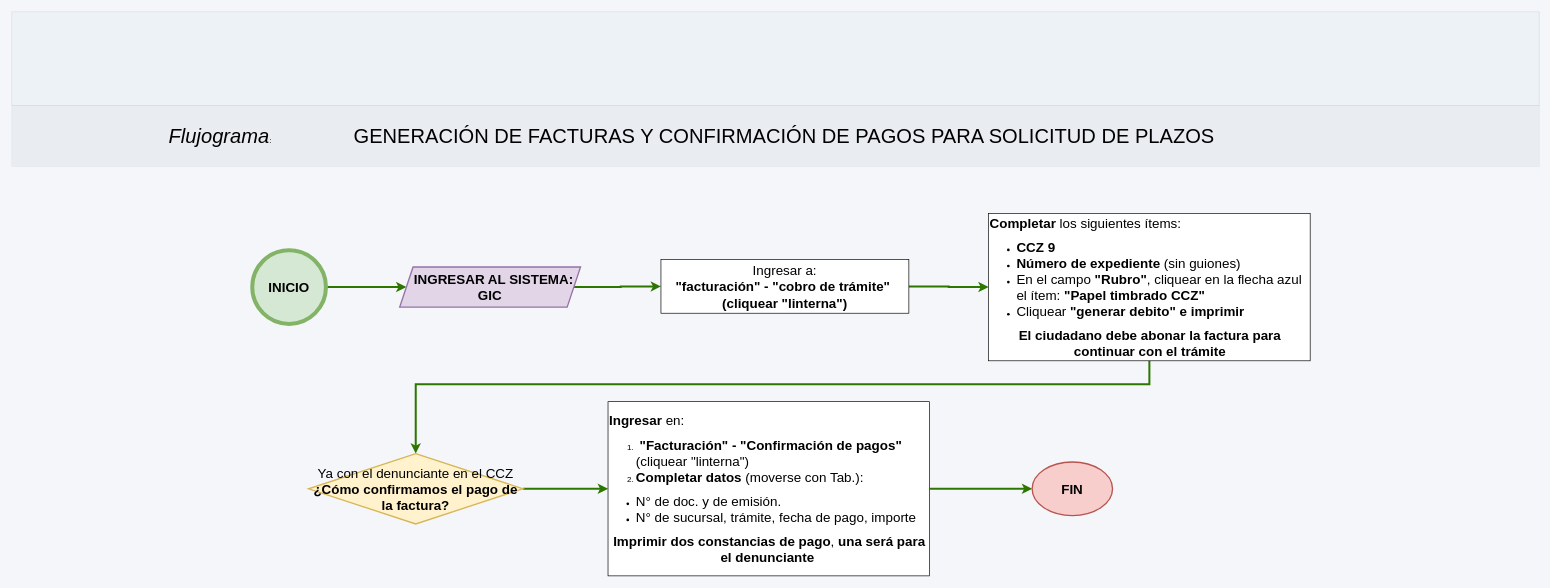
The draw.io diagram Facturas_por_plazo/Factura por plazos.drawio in adlc20/Manual_de_procedimientos_ccz9, before the edit. Source tidied: cells renumbered, new cells numbered last; positions are measured from the earlier drawing's top-left corner, leaving out a move shared by most shapes. Both pictures are drawn from the tidied source at 67%, with x=0, y=0 at pixel (11, 11).
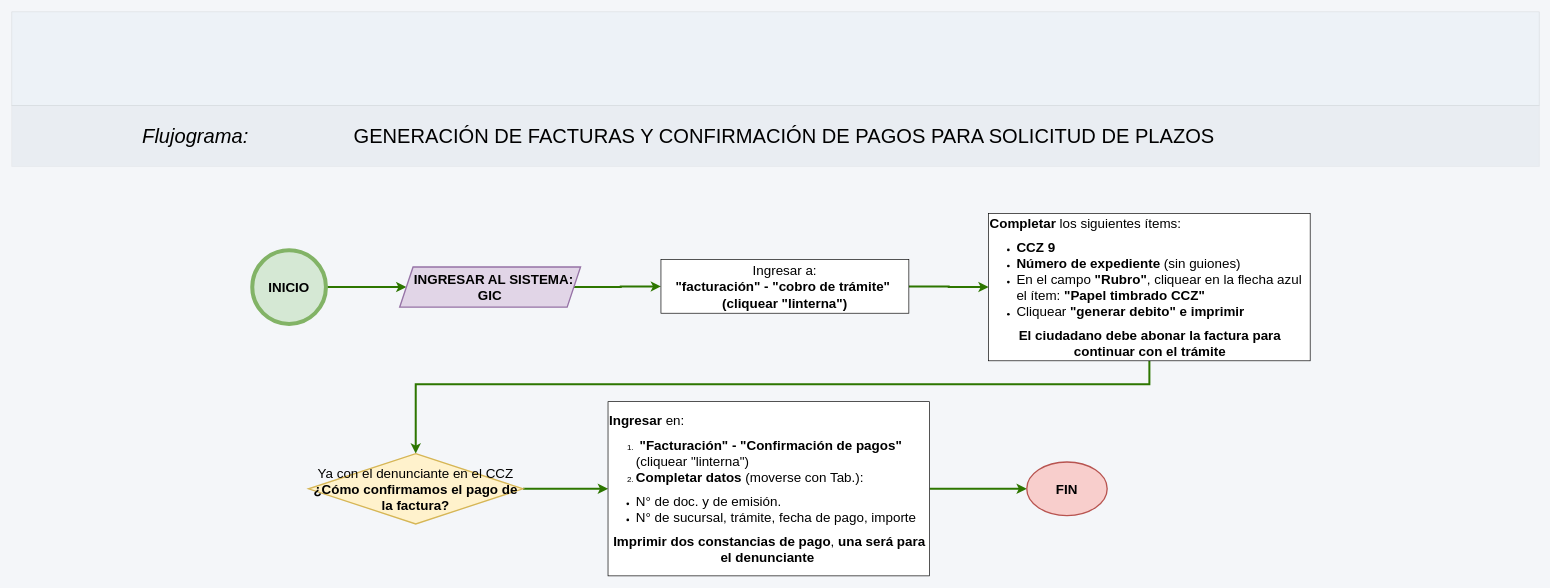
The same page after the edit.

Diff of the diagram source:
```diff
@@
-    <mxCell id="4" value="&lt;font style=&quot;font-size: 30px;&quot;&gt;&lt;i&gt;Flujograma&lt;/i&gt;&lt;/font&gt;:&amp;nbsp;" style="text;html=1;whiteSpace=wrap;strokeColor=none;fillColor=none;align=center;verticalAlign=middle;rounded=0;" parent="1" vertex="1">
-      <mxGeometry x="183" y="170.5" width="260" height="30" as="geometry" />
+    <mxCell id="4" value="&lt;font style=&quot;font-size: 30px;&quot;&gt;&lt;i&gt;Flujograma:&lt;/i&gt;&lt;/font&gt;&amp;nbsp;" style="text;html=1;whiteSpace=wrap;strokeColor=none;fillColor=none;align=center;verticalAlign=middle;rounded=0;" parent="1" vertex="1">
+      <mxGeometry x="146" y="170.5" width="260" height="30" as="geometry" />
     </mxCell>
@@
     <mxCell id="18" value="&lt;font style=&quot;font-size: 20px;&quot;&gt;&lt;b&gt;FIN&lt;/b&gt;&lt;/font&gt;" style="ellipse;whiteSpace=wrap;html=1;shapeInside=1;fillColor=#f8cecc;strokeColor=#b85450;strokeWidth=2;" parent="1" vertex="1">
-      <mxGeometry x="1523" y="672" width="120" height="80" as="geometry" />
+      <mxGeometry x="1515" y="672" width="120" height="80" as="geometry" />
     </mxCell>
```
